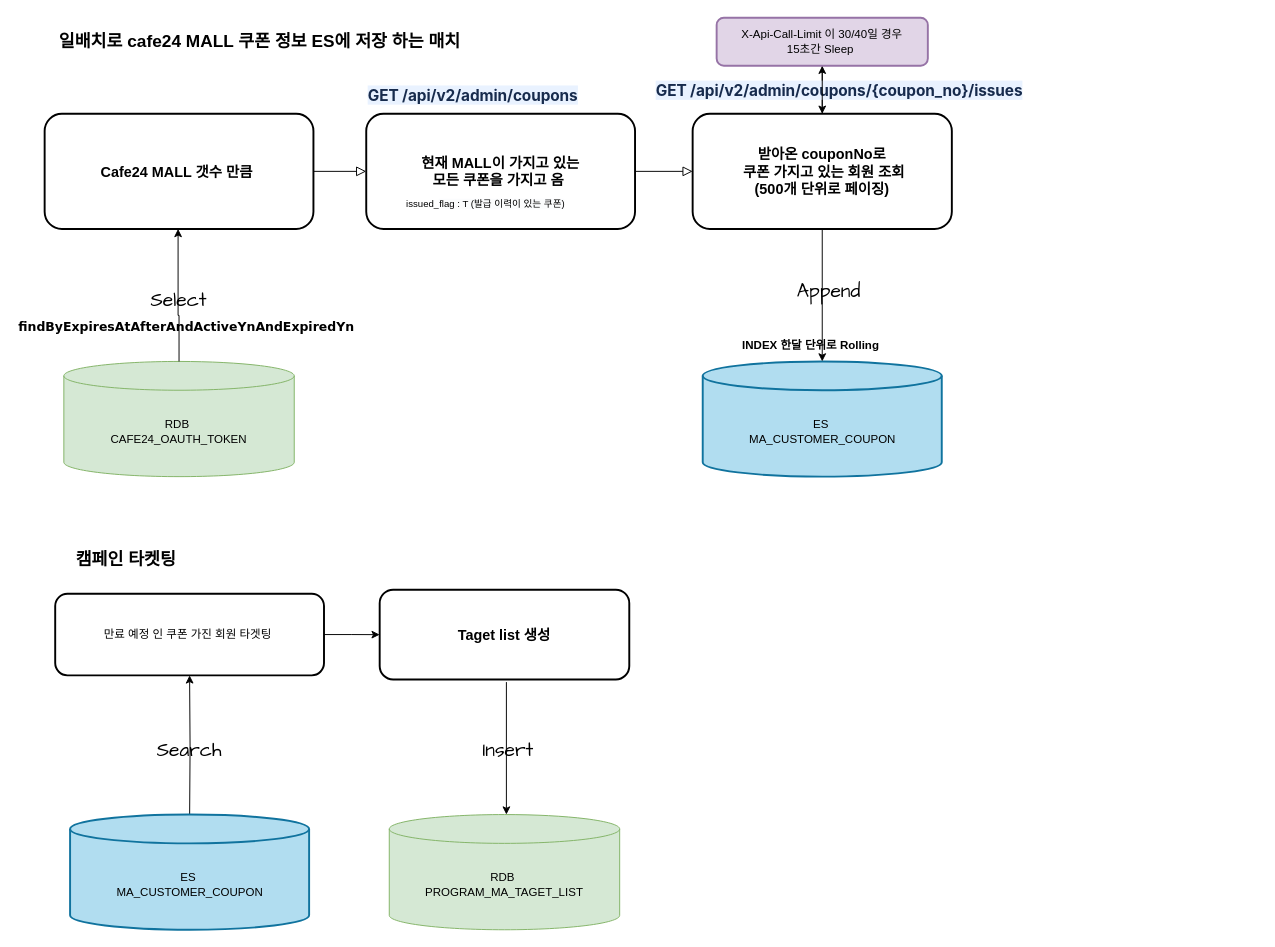
Earlier version of the draw.io diagram 쿠폰연계.drawio (jaero0725/draw_io). Source tidied: cells renumbered, new cells numbered last; positions are measured from the earlier drawing's top-left corner, leaving out a move shared by most shapes. Both pictures are drawn from the tidied source at 96%, with x=0, y=0 at pixel (16, 17).
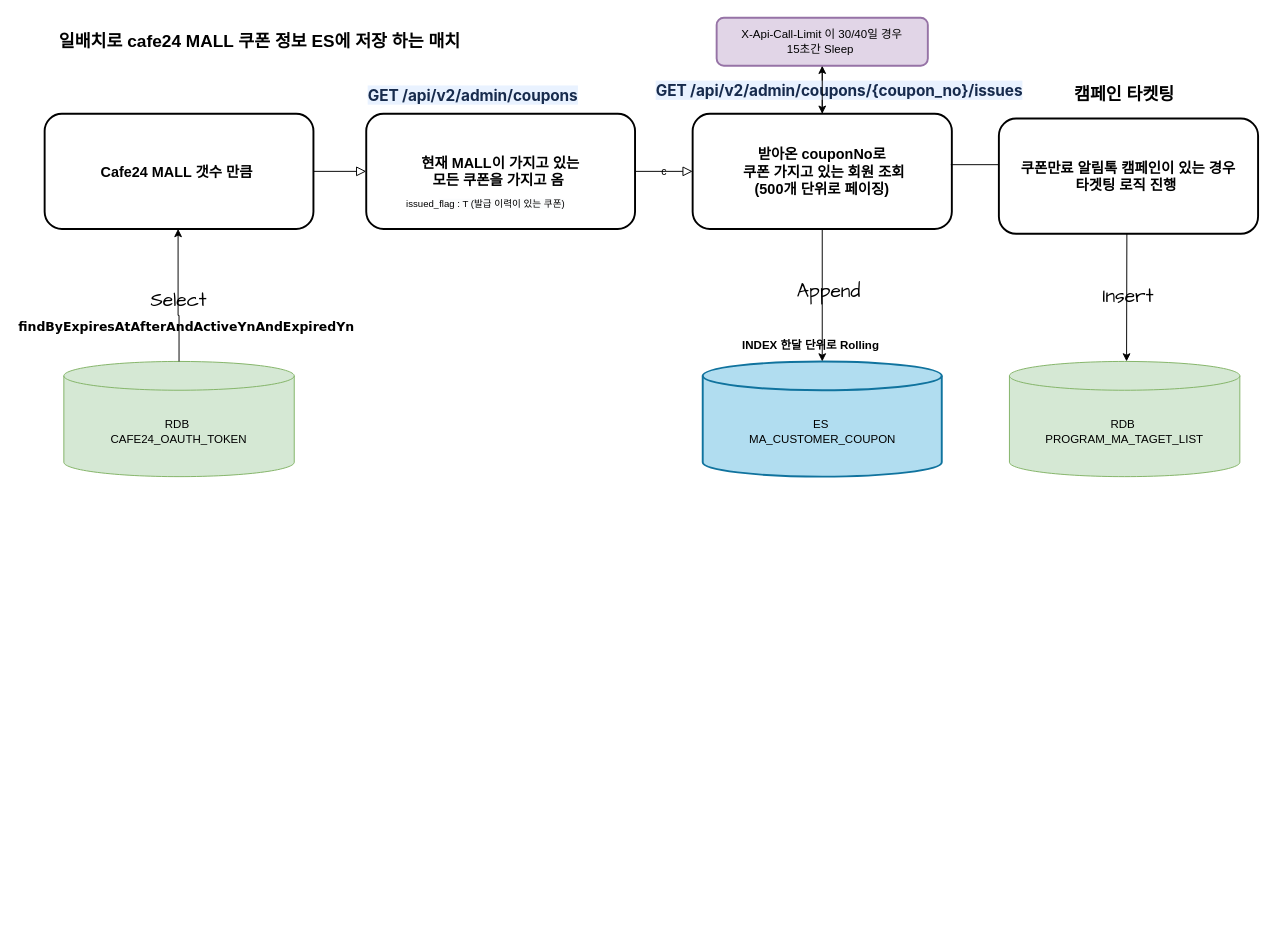
The same page after the edit.

Commit message:
쿠폰연계.drawio 업데이트

The change refers to these unchanged cells:
```xml
<mxCell id="3" value="&lt;b style=&quot;font-size: 15px;&quot;&gt;현재 MALL이 가지고 있는 &lt;br style=&quot;font-size: 15px;&quot;&gt;모든 쿠폰을 가지고 옴&amp;nbsp;&lt;/b&gt;" style="rounded=1;whiteSpace=wrap;html=1;fontSize=15;glass=0;strokeWidth=2;shadow=0;labelBackgroundColor=none;" parent="1" vertex="1">
  <mxGeometry x="364" y="100" width="280" height="120" as="geometry" />
</mxCell>
<mxCell id="5" value="&lt;b style=&quot;font-size: 15px;&quot;&gt;받아온 couponNo로&lt;br style=&quot;font-size: 15px;&quot;&gt;&amp;nbsp;쿠폰 가지고 있는 회원 조회&lt;br style=&quot;font-size: 15px;&quot;&gt;&amp;nbsp;(500개 단위로 페이징)&amp;nbsp;&lt;/b&gt;" style="rounded=1;whiteSpace=wrap;html=1;fontSize=15;glass=0;strokeWidth=2;shadow=0;labelBackgroundColor=none;" parent="1" vertex="1">
  <mxGeometry x="704" y="100" width="270" height="120" as="geometry" />
</mxCell>
```

The edit, as a diff of the source:
```diff
@@
-    <mxCell id="2" style="rounded=0;html=1;jettySize=auto;fontSize=11;endArrow=block;endFill=0;endSize=8;strokeWidth=1;shadow=0;labelBackgroundColor=none;edgeStyle=orthogonalEdgeStyle;fontColor=default;exitX=1;exitY=0.5;exitDx=0;exitDy=0;entryX=0;entryY=0.5;entryDx=0;entryDy=0;" parent="1" edge="1" source="3" target="5">
+    <mxCell id="2" value="c" style="rounded=0;html=1;jettySize=auto;fontSize=11;endArrow=block;endFill=0;endSize=8;strokeWidth=1;shadow=0;labelBackgroundColor=none;edgeStyle=orthogonalEdgeStyle;fontColor=default;exitX=1;exitY=0.5;exitDx=0;exitDy=0;entryX=0;entryY=0.5;entryDx=0;entryDy=0;" parent="1" edge="1" source="3" target="5">
       <mxGeometry relative="1" as="geometry" />
     </mxCell>
@@
-    <mxCell id="12" value="&lt;span style=&quot;font-size: 18px;&quot;&gt;&lt;b&gt;캠페인 타켓팅&lt;br&gt;&lt;/b&gt;&lt;/span&gt;" style="text;strokeColor=none;align=center;fillColor=none;html=1;verticalAlign=middle;whiteSpace=wrap;rounded=0;" parent="1" vertex="1">
-      <mxGeometry x="14" y="540" width="200" height="50" as="geometry" />
-    </mxCell>
-    <mxCell id="13" style="edgeStyle=orthogonalEdgeStyle;rounded=0;jettySize=auto;html=1;entryX=0.5;entryY=1;entryDx=0;entryDy=0;" parent="1" edge="1" target="15">
-      <mxGeometry relative="1" as="geometry">
-        <mxPoint x="180" y="836" as="sourcePoint" />
-      </mxGeometry>
-    </mxCell>
-    <mxCell id="14" style="edgeStyle=orthogonalEdgeStyle;rounded=0;jettySize=auto;html=1;" parent="1" edge="1" source="15" target="28">
-      <mxGeometry relative="1" as="geometry" />
-    </mxCell>
-    <mxCell id="15" value="만료 예정 인 쿠폰 가진 회원 타겟팅&amp;nbsp;" style="rounded=1;whiteSpace=wrap;html=1;fontSize=12;glass=0;strokeWidth=2;shadow=0;labelBackgroundColor=none;" parent="1" vertex="1">
-      <mxGeometry x="40" y="600" width="280" height="85" as="geometry" />
-    </mxCell>
@@
-    <mxCell id="19" value="Insert" style="whiteSpace=wrap;html=1;sketch=1;hachureGap=4;jiggle=2;curveFitting=1;fontFamily=Architects Daughter;fontSize=20;strokeColor=none;fillColor=none;" parent="1" vertex="1">
-      <mxGeometry x="420" y="748" width="184" height="28" as="geometry" />
-    </mxCell>
@@
-    <mxCell id="21" value="Search" style="whiteSpace=wrap;html=1;sketch=1;hachureGap=4;jiggle=2;curveFitting=1;fontFamily=Architects Daughter;fontSize=20;strokeColor=none;fillColor=none;" parent="1" vertex="1">
-      <mxGeometry x="120" y="748" width="120" height="28" as="geometry" />
-    </mxCell>
@@
-    <mxCell id="25" value="RDB&amp;nbsp;&lt;br&gt;PROGRAM_MA_TAGET_LIST" style="shape=cylinder3;whiteSpace=wrap;html=1;boundedLbl=1;backgroundOutline=1;size=15;fillColor=#d5e8d4;strokeColor=#82b366;" parent="1" vertex="1">
-      <mxGeometry x="388" y="830" width="240" height="120" as="geometry" />
-    </mxCell>
@@
-    <mxCell id="28" value="&lt;b&gt;Taget list 생성&lt;/b&gt;" style="whiteSpace=wrap;html=1;rounded=1;glass=0;strokeWidth=2;shadow=0;labelBackgroundColor=none;fontSize=15;" parent="1" vertex="1">
-      <mxGeometry x="378" y="595.8" width="260" height="93.5" as="geometry" />
-    </mxCell>
-    <mxCell id="29" value="ES&amp;nbsp;&lt;br&gt;MA_CUSTOMER_COUPON" style="shape=cylinder3;whiteSpace=wrap;html=1;boundedLbl=1;backgroundOutline=1;size=15;strokeWidth=2;labelBackgroundColor=none;fillColor=#b1ddf0;strokeColor=#10739e;" parent="1" vertex="1">
-      <mxGeometry x="55.5" y="830" width="249" height="120" as="geometry" />
-    </mxCell>
-    <mxCell id="30" style="edgeStyle=orthogonalEdgeStyle;rounded=0;orthogonalLoop=1;jettySize=auto;html=1;entryX=0.5;entryY=0;entryDx=0;entryDy=0;exitX=0.5;exitY=1;exitDx=0;exitDy=0;entryPerimeter=0;" parent="1" edge="1">
-      <mxGeometry relative="1" as="geometry">
-        <mxPoint x="510" y="692" as="sourcePoint" />
-        <mxPoint x="510" y="830" as="targetPoint" />
-      </mxGeometry>
-    </mxCell>
@@
+    <mxCell id="19" value="Insert" style="whiteSpace=wrap;html=1;sketch=1;hachureGap=4;jiggle=2;curveFitting=1;fontFamily=Architects Daughter;fontSize=20;strokeColor=none;fillColor=none;" parent="1" vertex="1">
+      <mxGeometry x="1066" y="276" width="184" height="28" as="geometry" />
+    </mxCell>
+    <mxCell id="25" value="RDB&amp;nbsp;&lt;br&gt;PROGRAM_MA_TAGET_LIST" style="shape=cylinder3;whiteSpace=wrap;html=1;boundedLbl=1;backgroundOutline=1;size=15;fillColor=#d5e8d4;strokeColor=#82b366;" parent="1" vertex="1">
+      <mxGeometry x="1034" y="358" width="240" height="120" as="geometry" />
+    </mxCell>
+    <mxCell id="32" style="edgeStyle=orthogonalEdgeStyle;rounded=0;jettySize=auto;html=1;entryX=0.5;entryY=0;entryDx=0;entryDy=0;exitX=0.996;exitY=0.442;exitDx=0;exitDy=0;entryPerimeter=0;exitPerimeter=0;" parent="1" edge="1" source="5">
+      <mxGeometry relative="1" as="geometry">
+        <mxPoint x="1156" y="358" as="targetPoint" />
+      </mxGeometry>
+    </mxCell>
+    <mxCell id="33" value="&lt;b&gt;쿠폰만료 알림톡 캠페인이 있는 경우&lt;br&gt;타겟팅 로직 진행&amp;nbsp;&lt;br&gt;&lt;/b&gt;" style="rounded=1;whiteSpace=wrap;html=1;fontSize=15;glass=0;strokeWidth=2;shadow=0;labelBackgroundColor=none;" parent="1" vertex="1">
+      <mxGeometry x="1023" y="105" width="270" height="120" as="geometry" />
+    </mxCell>
+    <mxCell id="12" value="&lt;span style=&quot;font-size: 18px;&quot;&gt;&lt;b&gt;캠페인 타켓팅&lt;br&gt;&lt;/b&gt;&lt;/span&gt;" style="text;strokeColor=none;align=center;fillColor=none;html=1;verticalAlign=middle;whiteSpace=wrap;rounded=0;" parent="1" vertex="1">
+      <mxGeometry x="1054" y="55" width="200" height="50" as="geometry" />
+    </mxCell>
```
